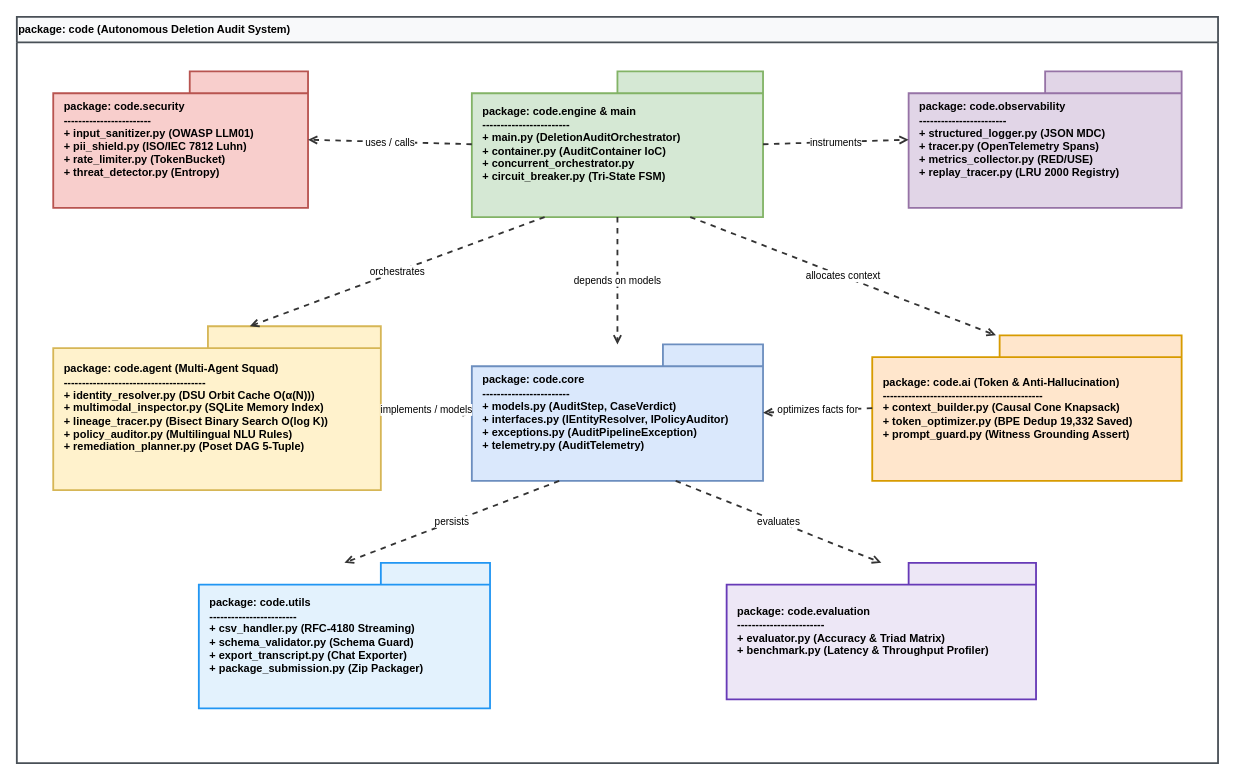
This is drawio/package_diagram.drawio from piyushmakhija28/hackerrank-orchestrate-october26, a draw.io file, before an edit. Source tidied: cells renumbered, new cells numbered last; positions are measured from the earlier drawing's top-left corner, leaving out a move shared by most shapes. Both pictures are drawn from the tidied source at 91%, with x=0, y=0 at pixel (16, 16).
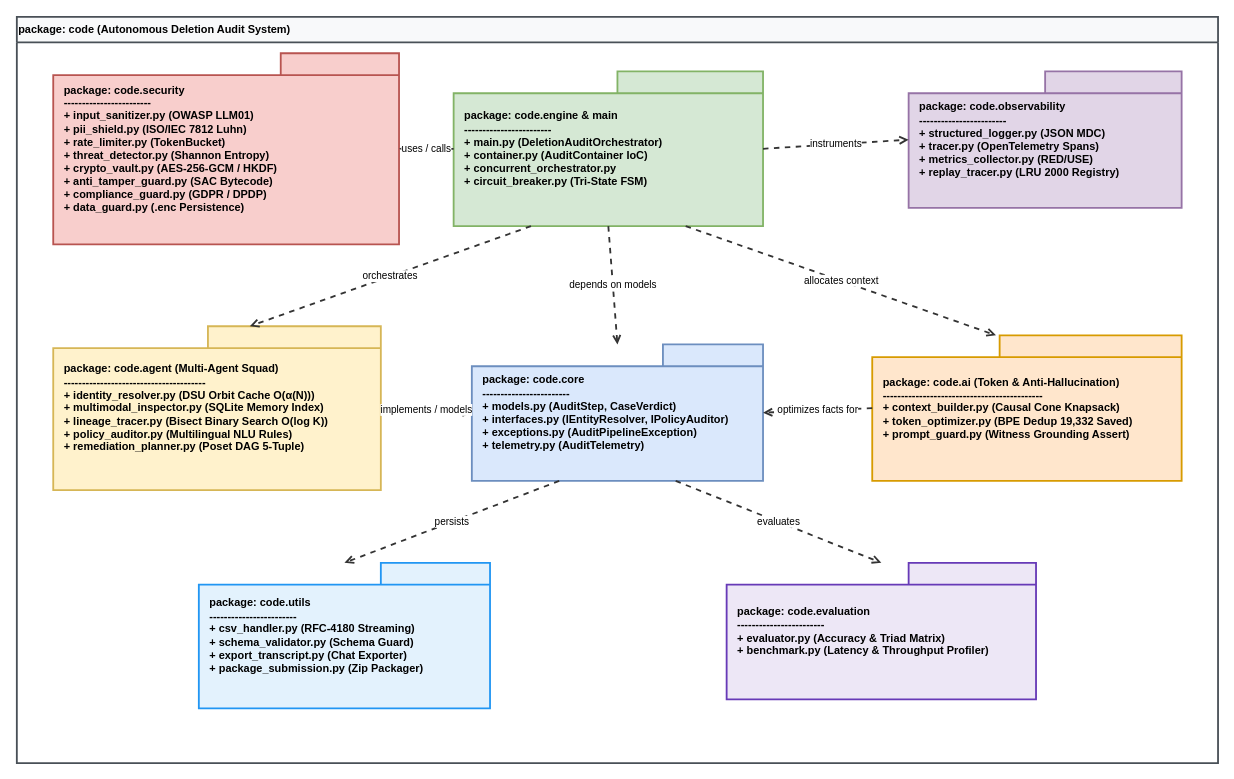
Above is the later version.

Commit message (it also covers changes not shown here):
docs: finalize system overview, 14-vector threat matrix, drawio visual models, and synchronized submission artifacts

Diff of the diagram source:
```diff
@@
 <mxGraphModel>
   <root>
     <mxCell id="0" />
     <mxCell id="1" parent="0" />
     <mxCell id="2" value="package: code (Autonomous Deletion Audit System)" style="swimlane;fontStyle=1;align=left;startSize=28;html=1;fillColor=#F8F9FA;strokeColor=#495057;strokeWidth=2;" parent="1" vertex="1">
       <mxGeometry width="1320" height="820" as="geometry" />
     </mxCell>
     <mxCell id="3" value="package: code.core&#10;------------------------&#10;+ models.py (AuditStep, CaseVerdict)&#10;+ interfaces.py (IEntityResolver, IPolicyAuditor)&#10;+ exceptions.py (AuditPipelineException)&#10;+ telemetry.py (AuditTelemetry)" style="shape=folder;html=1;whiteSpace=wrap;fontStyle=1;tabWidth=110;tabHeight=24;fillColor=#DAE8FC;strokeColor=#6C8EBF;strokeWidth=2;align=left;spacingLeft=10;verticalAlign=middle;" parent="2" vertex="1">
       <mxGeometry x="500" y="360" width="320" height="150" as="geometry" />
     </mxCell>
-    <mxCell id="4" value="package: code.security&#10;------------------------&#10;+ input_sanitizer.py (OWASP LLM01)&#10;+ pii_shield.py (ISO/IEC 7812 Luhn)&#10;+ rate_limiter.py (TokenBucket)&#10;+ threat_detector.py (Entropy)" style="shape=folder;html=1;whiteSpace=wrap;fontStyle=1;tabWidth=130;tabHeight=24;fillColor=#F8CECC;strokeColor=#B85450;strokeWidth=2;align=left;spacingLeft=10;verticalAlign=middle;" parent="2" vertex="1">
-      <mxGeometry x="40" y="60" width="280" height="150" as="geometry" />
+    <mxCell id="4" value="package: code.security&#10;------------------------&#10;+ input_sanitizer.py (OWASP LLM01)&#10;+ pii_shield.py (ISO/IEC 7812 Luhn)&#10;+ rate_limiter.py (TokenBucket)&#10;+ threat_detector.py (Shannon Entropy)&#10;+ crypto_vault.py (AES-256-GCM / HKDF)&#10;+ anti_tamper_guard.py (SAC Bytecode)&#10;+ compliance_guard.py (GDPR / DPDP)&#10;+ data_guard.py (.enc Persistence)" style="shape=folder;html=1;whiteSpace=wrap;fontStyle=1;tabWidth=130;tabHeight=24;fillColor=#F8CECC;strokeColor=#B85450;strokeWidth=2;align=left;spacingLeft=10;verticalAlign=middle;" parent="2" vertex="1">
+      <mxGeometry x="40" y="40" width="380" height="210" as="geometry" />
     </mxCell>
     <mxCell id="5" value="package: code.engine &amp; main&#10;------------------------&#10;+ main.py (DeletionAuditOrchestrator)&#10;+ container.py (AuditContainer IoC)&#10;+ concurrent_orchestrator.py&#10;+ circuit_breaker.py (Tri-State FSM)" style="shape=folder;html=1;whiteSpace=wrap;fontStyle=1;tabWidth=160;tabHeight=24;fillColor=#D5E8D4;strokeColor=#82B366;strokeWidth=2;align=left;spacingLeft=10;verticalAlign=middle;" parent="2" vertex="1">
-      <mxGeometry x="500" y="60" width="320" height="160" as="geometry" />
+      <mxGeometry x="480" y="60" width="340" height="170" as="geometry" />
     </mxCell>
     <mxCell id="6" value="package: code.observability&#10;------------------------&#10;+ structured_logger.py (JSON MDC)&#10;+ tracer.py (OpenTelemetry Spans)&#10;+ metrics_collector.py (RED/USE)&#10;+ replay_tracer.py (LRU 2000 Registry)" style="shape=folder;html=1;whiteSpace=wrap;fontStyle=1;tabWidth=150;tabHeight=24;fillColor=#E1D5E7;strokeColor=#9673A6;strokeWidth=2;align=left;spacingLeft=10;verticalAlign=middle;" parent="2" vertex="1">
       <mxGeometry x="980" y="60" width="300" height="150" as="geometry" />
     </mxCell>
     <mxCell id="7" value="package: code.agent (Multi-Agent Squad)&#10;---------------------------------------&#10;+ identity_resolver.py (DSU Orbit Cache O(α(N)))&#10;+ multimodal_inspector.py (SQLite Memory Index)&#10;+ lineage_tracer.py (Bisect Binary Search O(log K))&#10;+ policy_auditor.py (Multilingual NLU Rules)&#10;+ remediation_planner.py (Poset DAG 5-Tuple)" style="shape=folder;html=1;whiteSpace=wrap;fontStyle=1;tabWidth=190;tabHeight=24;fillColor=#FFF2CC;strokeColor=#D6B656;strokeWidth=2;align=left;spacingLeft=10;verticalAlign=middle;" parent="2" vertex="1">
       <mxGeometry x="40" y="340" width="360" height="180" as="geometry" />
     </mxCell>
     <mxCell id="8" value="package: code.ai (Token &amp; Anti-Hallucination)&#10;--------------------------------------------&#10;+ context_builder.py (Causal Cone Knapsack)&#10;+ token_optimizer.py (BPE Dedup 19,332 Saved)&#10;+ prompt_guard.py (Witness Grounding Assert)" style="shape=folder;html=1;whiteSpace=wrap;fontStyle=1;tabWidth=200;tabHeight=24;fillColor=#FFE6CC;strokeColor=#D79B00;strokeWidth=2;align=left;spacingLeft=10;verticalAlign=middle;" parent="2" vertex="1">
       <mxGeometry x="940" y="350" width="340" height="160" as="geometry" />
     </mxCell>
     <mxCell id="9" value="package: code.utils&#10;------------------------&#10;+ csv_handler.py (RFC-4180 Streaming)&#10;+ schema_validator.py (Schema Guard)&#10;+ export_transcript.py (Chat Exporter)&#10;+ package_submission.py (Zip Packager)" style="shape=folder;html=1;whiteSpace=wrap;fontStyle=1;tabWidth=120;tabHeight=24;fillColor=#E3F2FD;strokeColor=#2196F3;strokeWidth=2;align=left;spacingLeft=10;verticalAlign=middle;" parent="2" vertex="1">
       <mxGeometry x="200" y="600" width="320" height="160" as="geometry" />
     </mxCell>
     <mxCell id="10" value="package: code.evaluation&#10;------------------------&#10;+ evaluator.py (Accuracy &amp; Triad Matrix)&#10;+ benchmark.py (Latency &amp; Throughput Profiler)" style="shape=folder;html=1;whiteSpace=wrap;fontStyle=1;tabWidth=140;tabHeight=24;fillColor=#EDE7F6;strokeColor=#673AB7;strokeWidth=2;align=left;spacingLeft=10;verticalAlign=middle;" parent="2" vertex="1">
       <mxGeometry x="780" y="600" width="340" height="150" as="geometry" />
     </mxCell>
     <mxCell id="11" value="uses / calls" style="endArrow=open;dashed=1;html=1;strokeColor=#333333;strokeWidth=2;exitX=0;exitY=0.5;exitDx=0;exitDy=0;entryX=1;entryY=0.5;entryDx=0;entryDy=0;" parent="2" edge="1" source="5" target="4">
       <mxGeometry relative="1" as="geometry" />
     </mxCell>
     <mxCell id="12" value="instruments" style="endArrow=open;dashed=1;html=1;strokeColor=#333333;strokeWidth=2;exitX=1;exitY=0.5;exitDx=0;exitDy=0;entryX=0;entryY=0.5;entryDx=0;entryDy=0;" parent="2" edge="1" source="5" target="6">
       <mxGeometry relative="1" as="geometry" />
     </mxCell>
     <mxCell id="13" value="orchestrates" style="endArrow=open;dashed=1;html=1;strokeColor=#333333;strokeWidth=2;exitX=0.25;exitY=1;exitDx=0;exitDy=0;entryX=0.6;entryY=0;entryDx=0;entryDy=0;" parent="2" edge="1" source="5" target="7">
       <mxGeometry relative="1" as="geometry" />
     </mxCell>
     <mxCell id="14" value="allocates context" style="endArrow=open;dashed=1;html=1;strokeColor=#333333;strokeWidth=2;exitX=0.75;exitY=1;exitDx=0;exitDy=0;entryX=0.4;entryY=0;entryDx=0;entryDy=0;" parent="2" edge="1" source="5" target="8">
       <mxGeometry relative="1" as="geometry" />
     </mxCell>
     <mxCell id="15" value="depends on models" style="endArrow=open;dashed=1;html=1;strokeColor=#333333;strokeWidth=2;exitX=0.5;exitY=1;exitDx=0;exitDy=0;entryX=0.5;entryY=0;entryDx=0;entryDy=0;" parent="2" edge="1" source="5" target="3">
       <mxGeometry relative="1" as="geometry" />
     </mxCell>
     <mxCell id="16" value="implements / models" style="endArrow=open;dashed=1;html=1;strokeColor=#333333;strokeWidth=2;exitX=1;exitY=0.5;exitDx=0;exitDy=0;entryX=0;entryY=0.5;entryDx=0;entryDy=0;" parent="2" edge="1" source="7" target="3">
       <mxGeometry relative="1" as="geometry" />
     </mxCell>
     <mxCell id="17" value="optimizes facts for" style="endArrow=open;dashed=1;html=1;strokeColor=#333333;strokeWidth=2;exitX=0;exitY=0.5;exitDx=0;exitDy=0;entryX=1;entryY=0.5;entryDx=0;entryDy=0;" parent="2" edge="1" source="8" target="3">
       <mxGeometry relative="1" as="geometry" />
     </mxCell>
     <mxCell id="18" value="persists" style="endArrow=open;dashed=1;html=1;strokeColor=#333333;strokeWidth=2;exitX=0.3;exitY=1;exitDx=0;exitDy=0;entryX=0.5;entryY=0;entryDx=0;entryDy=0;" parent="2" edge="1" source="3" target="9">
       <mxGeometry relative="1" as="geometry" />
     </mxCell>
     <mxCell id="19" value="evaluates" style="endArrow=open;dashed=1;html=1;strokeColor=#333333;strokeWidth=2;exitX=0.7;exitY=1;exitDx=0;exitDy=0;entryX=0.5;entryY=0;entryDx=0;entryDy=0;" parent="2" edge="1" source="3" target="10">
       <mxGeometry relative="1" as="geometry" />
     </mxCell>
   </root>
 </mxGraphModel>
```
